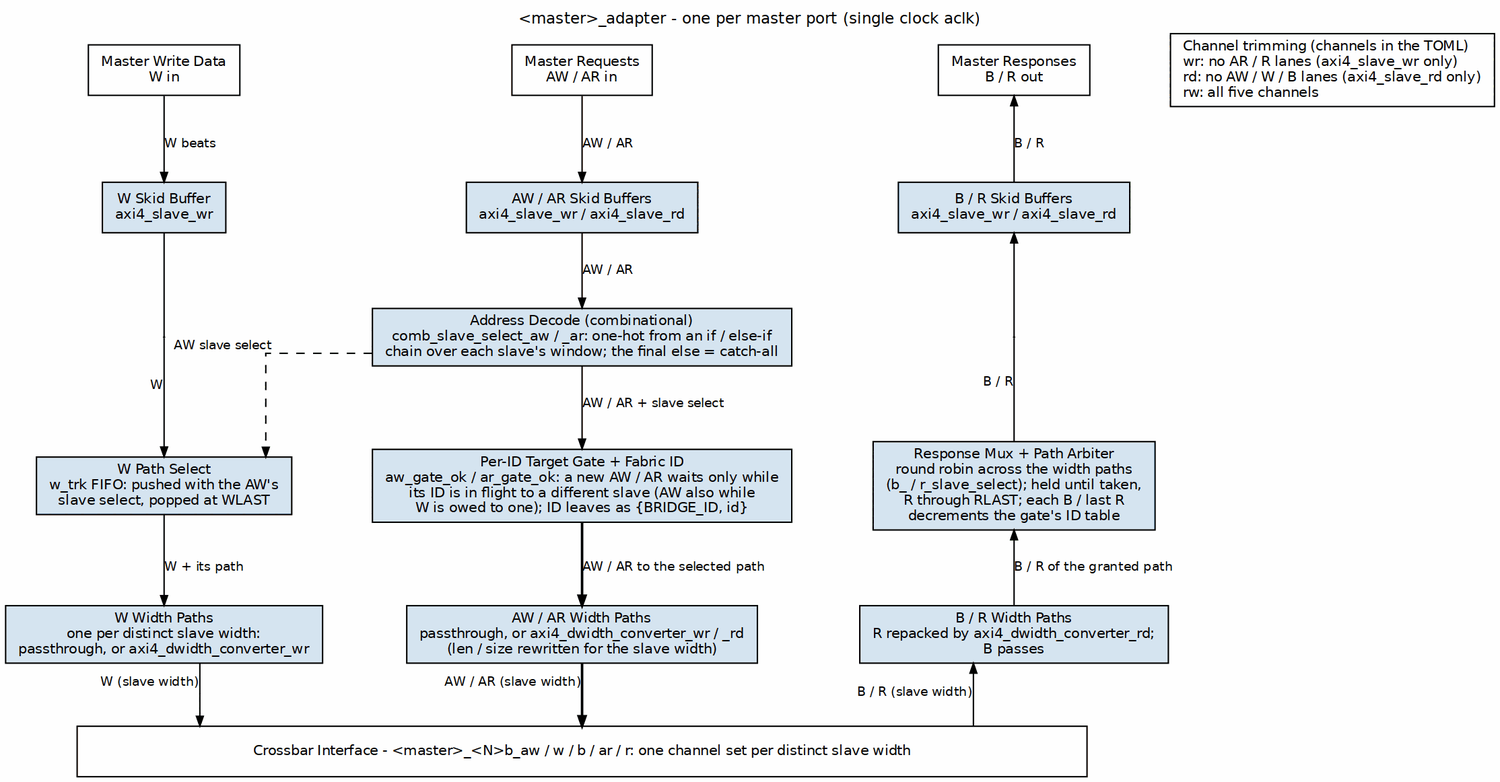
The Graphviz diagram projects/components/fabric-gen-ip/bridge/docs/bridge_mas/assets/graphviz/master_adapter.png in sean-galloway/RTLDesignSherpa, before a commit. Its source is kept beside it as projects/components/fabric-gen-ip/bridge/docs/bridge_mas/assets/graphviz/master_adapter.dot.
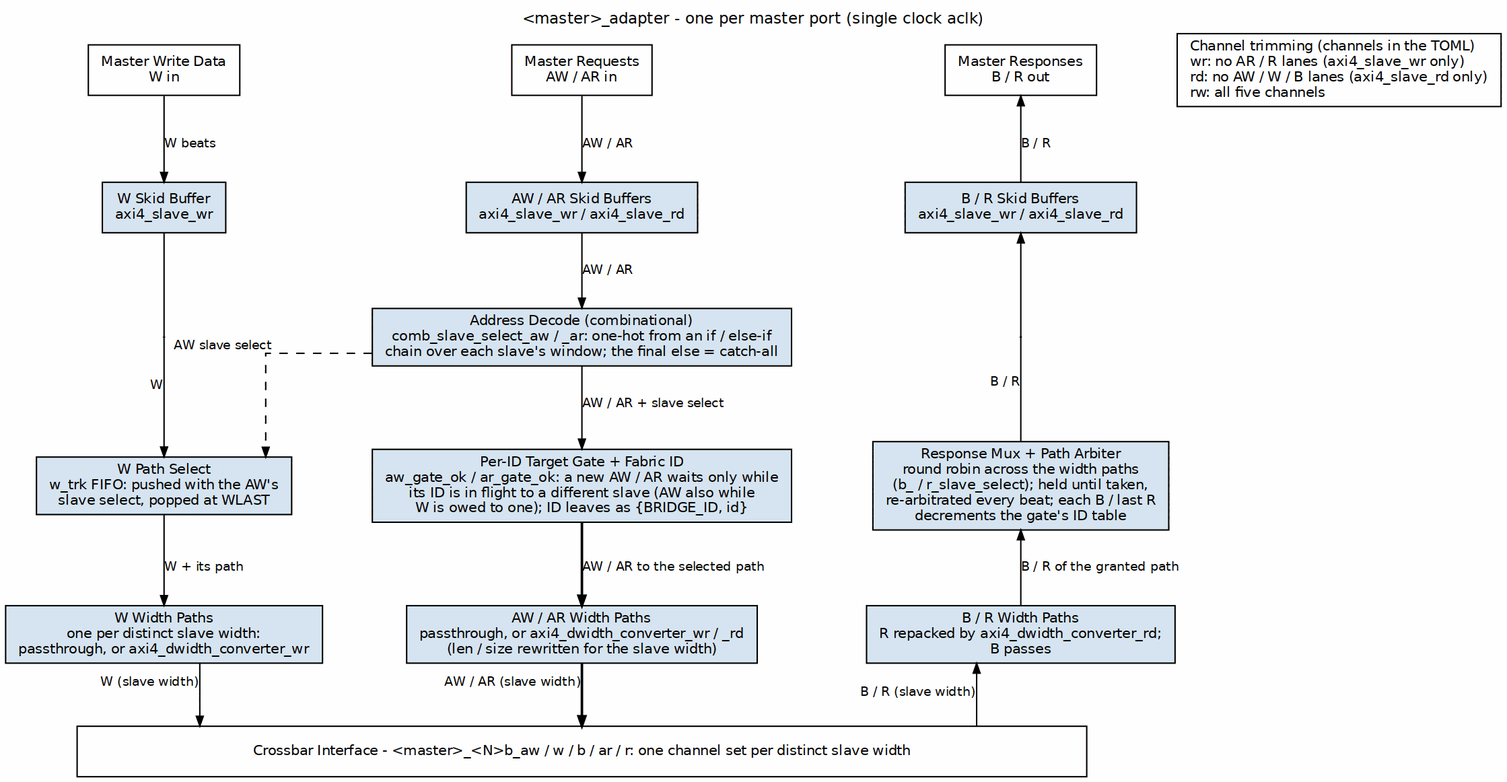
After the change.

Diff of the diagram source:
```diff
@@ -27,7 +27,7 @@
 
     wsel [label="W Path Select\nw_trk FIFO: pushed with the AW's\nslave select, popped at WLAST", group=L];
     gate [label="Per-ID Target Gate + Fabric ID\naw_gate_ok / ar_gate_ok: a new AW / AR waits only while\nits ID is in flight to a different slave (AW also while\nW is owed to one); ID leaves as {BRIDGE_ID, id}", group=C];
-    rmux [label="Response Mux + Path Arbiter\nround robin across the width paths\n(b_ / r_slave_select); held until taken,\nR through RLAST; each B / last R\ndecrements the gate's ID table", group=R];
+    rmux [label="Response Mux + Path Arbiter\nround robin across the width paths\n(b_ / r_slave_select); held until taken,\nre-arbitrated every beat; each B / last R\ndecrements the gate's ID table", group=R];
     { rank=same; wsel; gate; rmux; }
     wsel -> gate -> rmux [style=invis];
 
```
